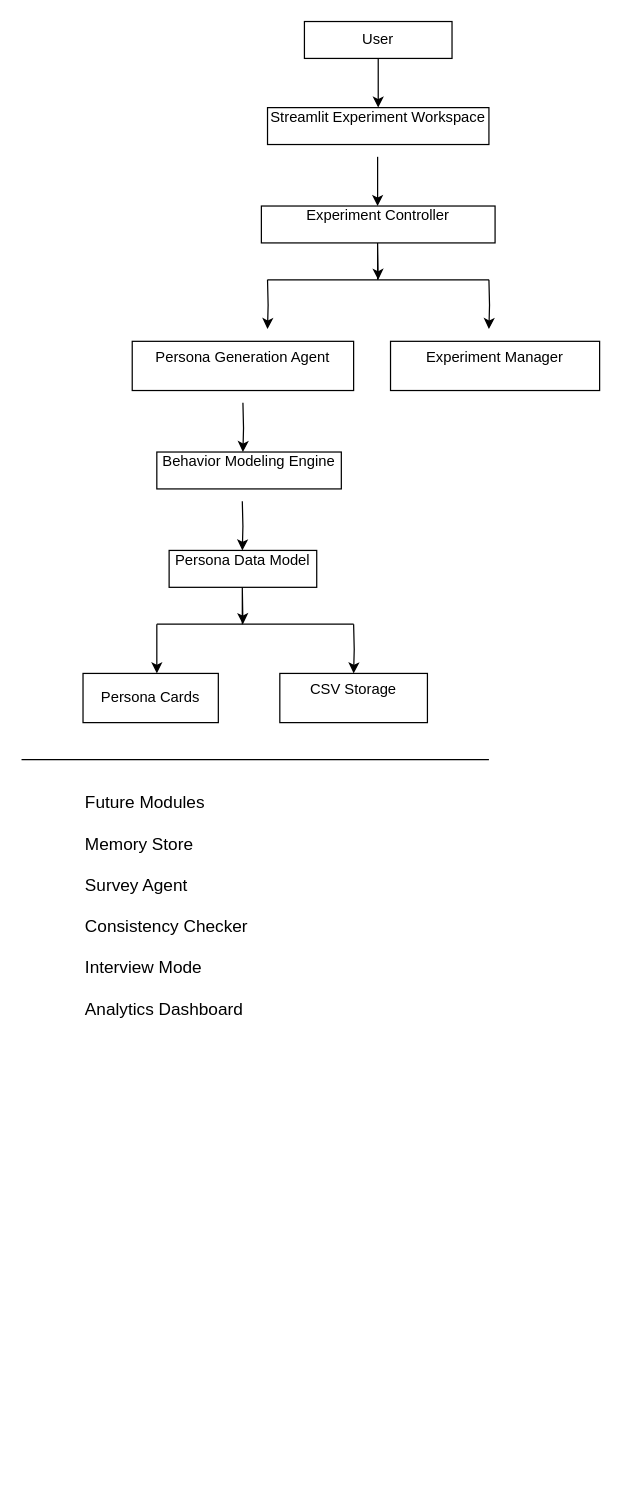
kushalgowdas007/Synthetic-User-Generation-Platform keeps this draw.io diagram as docs/diagrams/system_architecture.drawio. Above is the earlier version. Source tidied: cells renumbered, new cells numbered last; positions are measured from the earlier drawing's top-left corner, leaving out a move shared by most shapes. Both pictures are drawn from the tidied source at 123%, with x=0, y=0 at pixel (21, 21).
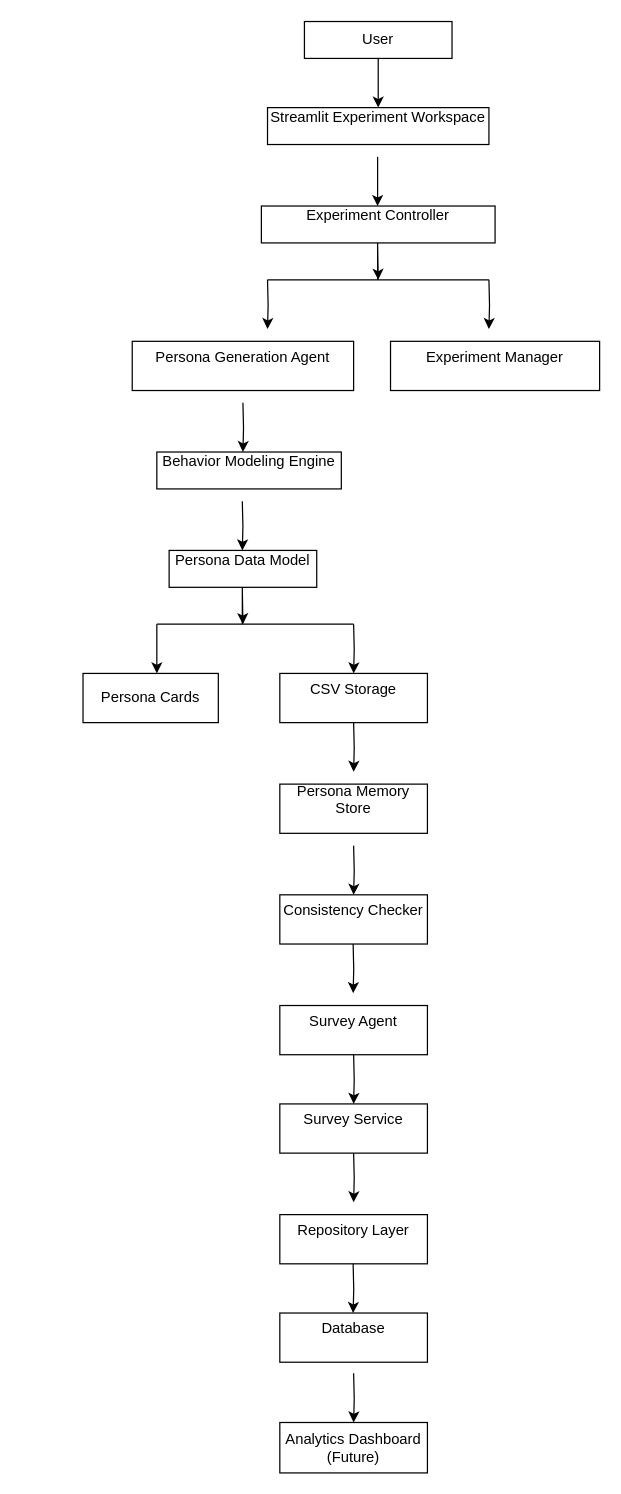
The same diagram, later.

Change to the diagram source:
```diff
@@
-    <mxCell id="23" style="endArrow=none;html=1;rounded=0;" parent="1" edge="1">
-      <mxGeometry relative="1" as="geometry">
-        <mxPoint y="600" as="sourcePoint" />
-        <mxPoint x="380" y="600" as="targetPoint" />
-        <Array as="points">
-          <mxPoint x="60" y="600" />
-        </Array>
-      </mxGeometry>
-    </mxCell>
-    <mxCell id="24" value="&lt;font style=&quot;font-size: 14px;&quot;&gt;Future Modules&lt;br&gt;&lt;br&gt;      Memory Store&lt;br&gt;&lt;br&gt;      Survey Agent&lt;br&gt;&lt;br&gt;      Consistency Checker&lt;br&gt;&lt;br&gt;      Interview Mode&lt;br&gt;&lt;br&gt;      Analytics Dashboard&lt;/font&gt;" style="text;whiteSpace=wrap;html=1;" parent="1" vertex="1">
-      <mxGeometry x="50" y="620" width="200" height="220" as="geometry" />
-    </mxCell>
+    <mxCell id="25" value="&#10;   Repository Layer&#10;&#10;" style="rounded=0;whiteSpace=wrap;html=1;" parent="1" vertex="1">
+      <mxGeometry x="210" y="970" width="120" height="40" as="geometry" />
+    </mxCell>
+    <mxCell id="26" value="&#10;Survey Service&#10;&#10;" style="rounded=0;whiteSpace=wrap;html=1;" parent="1" vertex="1">
+      <mxGeometry x="210" y="880" width="120" height="40" as="geometry" />
+    </mxCell>
+    <mxCell id="27" value="&#10; Survey Agent&#10;&#10;" style="rounded=0;whiteSpace=wrap;html=1;" parent="1" vertex="1">
+      <mxGeometry x="210" y="800" width="120" height="40" as="geometry" />
+    </mxCell>
+    <mxCell id="28" value="&#10;Consistency Checker&#10;&#10;" style="rounded=0;whiteSpace=wrap;html=1;" parent="1" vertex="1">
+      <mxGeometry x="210" y="710" width="120" height="40" as="geometry" />
+    </mxCell>
+    <mxCell id="29" value="&#10;Persona Memory Store&#10;&#10;" style="rounded=0;whiteSpace=wrap;html=1;" parent="1" vertex="1">
+      <mxGeometry x="210" y="620" width="120" height="40" as="geometry" />
+    </mxCell>
+    <mxCell id="30" value="Analytics Dashboard (Future)" style="rounded=0;whiteSpace=wrap;html=1;" parent="1" vertex="1">
+      <mxGeometry x="210" y="1139" width="120" height="41" as="geometry" />
+    </mxCell>
+    <mxCell id="31" value="&#10; Database&#10;&#10;" style="rounded=0;whiteSpace=wrap;html=1;" parent="1" vertex="1">
+      <mxGeometry x="210" y="1050" width="120" height="40" as="geometry" />
+    </mxCell>
+    <mxCell id="32" style="edgeStyle=orthogonalEdgeStyle;rounded=0;orthogonalLoop=1;jettySize=auto;html=1;" parent="1" edge="1">
+      <mxGeometry relative="1" as="geometry">
+        <mxPoint x="270" y="570" as="sourcePoint" />
+        <mxPoint x="270" y="610" as="targetPoint" />
+      </mxGeometry>
+    </mxCell>
+    <mxCell id="33" style="edgeStyle=orthogonalEdgeStyle;rounded=0;orthogonalLoop=1;jettySize=auto;html=1;" parent="1" edge="1">
+      <mxGeometry relative="1" as="geometry">
+        <mxPoint x="270" y="670" as="sourcePoint" />
+        <mxPoint x="270" y="710" as="targetPoint" />
+      </mxGeometry>
+    </mxCell>
+    <mxCell id="34" style="edgeStyle=orthogonalEdgeStyle;rounded=0;orthogonalLoop=1;jettySize=auto;html=1;" parent="1" edge="1">
+      <mxGeometry relative="1" as="geometry">
+        <mxPoint x="269.6" y="750" as="sourcePoint" />
+        <mxPoint x="269.6" y="790" as="targetPoint" />
+      </mxGeometry>
+    </mxCell>
+    <mxCell id="35" style="edgeStyle=orthogonalEdgeStyle;rounded=0;orthogonalLoop=1;jettySize=auto;html=1;" parent="1" edge="1">
+      <mxGeometry relative="1" as="geometry">
+        <mxPoint x="270" y="840" as="sourcePoint" />
+        <mxPoint x="270" y="880" as="targetPoint" />
+      </mxGeometry>
+    </mxCell>
+    <mxCell id="36" style="edgeStyle=orthogonalEdgeStyle;rounded=0;orthogonalLoop=1;jettySize=auto;html=1;" parent="1" edge="1">
+      <mxGeometry relative="1" as="geometry">
+        <mxPoint x="270" y="920" as="sourcePoint" />
+        <mxPoint x="270" y="960" as="targetPoint" />
+      </mxGeometry>
+    </mxCell>
+    <mxCell id="37" style="edgeStyle=orthogonalEdgeStyle;rounded=0;orthogonalLoop=1;jettySize=auto;html=1;" parent="1" edge="1">
+      <mxGeometry relative="1" as="geometry">
+        <mxPoint x="269.6" y="1010" as="sourcePoint" />
+        <mxPoint x="269.6" y="1050" as="targetPoint" />
+      </mxGeometry>
+    </mxCell>
+    <mxCell id="38" style="edgeStyle=orthogonalEdgeStyle;rounded=0;orthogonalLoop=1;jettySize=auto;html=1;" parent="1" edge="1">
+      <mxGeometry relative="1" as="geometry">
+        <mxPoint x="270" y="1099" as="sourcePoint" />
+        <mxPoint x="270" y="1139" as="targetPoint" />
+      </mxGeometry>
+    </mxCell>
```
